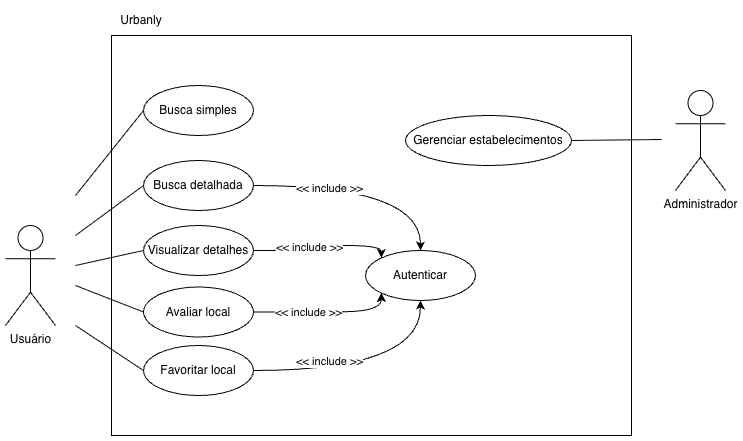
The draw.io diagram docs/diagramas/DiagramaCasoDeUso.drawio.png in tfg-urbanly-fatec-ipiranga/urbanly-docs, before a commit. Source tidied: cells renumbered, new cells last; positions are measured from the earlier drawing's top-left corner, leaving out a move shared by most shapes. Source of this version:
```xml
<mxGraphModel>
  <root>
    <mxCell id="0" />
    <mxCell id="1" parent="0" />
    <mxCell id="2" style="rounded=0;whiteSpace=wrap;html=1;" parent="1" vertex="1">
      <mxGeometry x="106" y="30" width="520" height="400" as="geometry" />
    </mxCell>
    <mxCell id="3" value="Usuário" style="shape=umlActor;verticalLabelPosition=bottom;verticalAlign=top;html=1;" parent="1" vertex="1">
      <mxGeometry y="220" width="50" height="100" as="geometry" />
    </mxCell>
    <mxCell id="4" style="endArrow=none;html=1;rounded=0;entryX=1;entryY=0.5;entryDx=0;entryDy=0;" parent="1" edge="1" target="5">
      <mxGeometry relative="1" as="geometry">
        <mxPoint x="656" y="134" as="sourcePoint" />
      </mxGeometry>
    </mxCell>
    <mxCell id="5" value="Gerenciar estabelecimentos" style="ellipse;whiteSpace=wrap;html=1;" parent="1" vertex="1">
      <mxGeometry x="400" y="110" width="166" height="50" as="geometry" />
    </mxCell>
    <mxCell id="6" style="endArrow=none;html=1;rounded=0;entryX=0;entryY=0.5;entryDx=0;entryDy=0;" parent="1" edge="1" target="9">
      <mxGeometry relative="1" as="geometry">
        <mxPoint x="70" y="230" as="sourcePoint" />
      </mxGeometry>
    </mxCell>
    <mxCell id="7" style="rounded=0;jettySize=auto;html=1;exitX=1;exitY=0.5;exitDx=0;exitDy=0;entryX=0.5;entryY=0;entryDx=0;entryDy=0;edgeStyle=orthogonalEdgeStyle;curved=1;" parent="1" edge="1" source="9" target="24">
      <mxGeometry relative="1" as="geometry" />
    </mxCell>
    <mxCell id="8" value="&amp;lt;&amp;lt; include &amp;gt;&amp;gt;" style="edgeLabel;html=1;align=center;verticalAlign=middle;" parent="7" vertex="1">
      <mxGeometry x="-0.35" y="-2" relative="1" as="geometry" />
    </mxCell>
    <mxCell id="9" value="Busca detalhada" style="ellipse;whiteSpace=wrap;html=1;" parent="1" vertex="1">
      <mxGeometry x="138" y="155" width="110" height="50" as="geometry" />
    </mxCell>
    <mxCell id="10" style="endArrow=none;html=1;rounded=0;entryX=0;entryY=0.5;entryDx=0;entryDy=0;" parent="1" edge="1" target="13">
      <mxGeometry relative="1" as="geometry">
        <mxPoint x="70" y="260" as="sourcePoint" />
      </mxGeometry>
    </mxCell>
    <mxCell id="11" style="rounded=0;jettySize=auto;html=1;entryX=0;entryY=0;entryDx=0;entryDy=0;edgeStyle=orthogonalEdgeStyle;curved=1;" parent="1" edge="1" source="13" target="24">
      <mxGeometry relative="1" as="geometry">
        <Array as="points">
          <mxPoint x="304" y="245" />
          <mxPoint x="304" y="240" />
          <mxPoint x="376" y="240" />
        </Array>
      </mxGeometry>
    </mxCell>
    <mxCell id="12" value="&amp;lt;&amp;lt; include &amp;gt;&amp;gt;" style="edgeLabel;html=1;align=center;verticalAlign=middle;" parent="11" vertex="1">
      <mxGeometry x="-0.17" y="1" relative="1" as="geometry" />
    </mxCell>
    <mxCell id="13" value="Visualizar detalhes" style="ellipse;whiteSpace=wrap;html=1;" parent="1" vertex="1">
      <mxGeometry x="138" y="220" width="110" height="50" as="geometry" />
    </mxCell>
    <mxCell id="14" style="endArrow=none;html=1;rounded=0;entryX=0;entryY=0.5;entryDx=0;entryDy=0;" parent="1" edge="1" target="17">
      <mxGeometry relative="1" as="geometry">
        <mxPoint x="70" y="280" as="sourcePoint" />
      </mxGeometry>
    </mxCell>
    <mxCell id="15" style="rounded=0;jettySize=auto;html=1;entryX=0;entryY=1;entryDx=0;entryDy=0;exitX=1;exitY=0.5;exitDx=0;exitDy=0;edgeStyle=orthogonalEdgeStyle;curved=1;" parent="1" edge="1" source="17" target="24">
      <mxGeometry relative="1" as="geometry">
        <Array as="points">
          <mxPoint x="299" y="306" />
          <mxPoint x="376" y="306" />
        </Array>
      </mxGeometry>
    </mxCell>
    <mxCell id="16" value="&amp;lt;&amp;lt; include &amp;gt;&amp;gt;" style="edgeLabel;html=1;align=center;verticalAlign=middle;" parent="15" vertex="1">
      <mxGeometry x="-0.34" y="3" relative="1" as="geometry">
        <mxPoint x="6" y="3" as="offset" />
      </mxGeometry>
    </mxCell>
    <mxCell id="17" value="Avaliar local" style="ellipse;whiteSpace=wrap;html=1;" parent="1" vertex="1">
      <mxGeometry x="138" y="281.5" width="110" height="50" as="geometry" />
    </mxCell>
    <mxCell id="18" style="endArrow=none;html=1;rounded=0;entryX=0;entryY=0.5;entryDx=0;entryDy=0;" parent="1" edge="1" target="21">
      <mxGeometry relative="1" as="geometry">
        <mxPoint x="70" y="320" as="sourcePoint" />
      </mxGeometry>
    </mxCell>
    <mxCell id="19" style="rounded=0;jettySize=auto;html=1;entryX=0.5;entryY=1;entryDx=0;entryDy=0;exitX=1;exitY=0.5;exitDx=0;exitDy=0;edgeStyle=orthogonalEdgeStyle;curved=1;" parent="1" edge="1" source="21" target="24">
      <mxGeometry relative="1" as="geometry" />
    </mxCell>
    <mxCell id="20" value="&amp;lt;&amp;lt; include &amp;gt;&amp;gt;" style="edgeLabel;html=1;align=center;verticalAlign=middle;" parent="19" vertex="1">
      <mxGeometry x="-0.36" y="10" relative="1" as="geometry" />
    </mxCell>
    <mxCell id="21" value="Favoritar local" style="ellipse;whiteSpace=wrap;html=1;" parent="1" vertex="1">
      <mxGeometry x="138" y="340" width="110" height="50" as="geometry" />
    </mxCell>
    <mxCell id="22" style="endArrow=none;html=1;rounded=0;entryX=0;entryY=0.5;entryDx=0;entryDy=0;" parent="1" edge="1" target="23">
      <mxGeometry relative="1" as="geometry">
        <mxPoint x="70" y="190" as="sourcePoint" />
      </mxGeometry>
    </mxCell>
    <mxCell id="23" value="Busca simples" style="ellipse;whiteSpace=wrap;html=1;" parent="1" vertex="1">
      <mxGeometry x="138" y="80" width="110" height="50" as="geometry" />
    </mxCell>
    <mxCell id="24" value="Autenticar" style="ellipse;whiteSpace=wrap;html=1;" parent="1" vertex="1">
      <mxGeometry x="360" y="245" width="110" height="50" as="geometry" />
    </mxCell>
    <mxCell id="25" value="Administrador" style="shape=umlActor;verticalLabelPosition=bottom;verticalAlign=top;html=1;" parent="1" vertex="1">
      <mxGeometry x="670" y="85" width="50" height="100" as="geometry" />
    </mxCell>
    <mxCell id="26" value="Urbanly" style="text;html=1;whiteSpace=wrap;strokeColor=none;fillColor=none;align=center;verticalAlign=middle;rounded=0;" parent="1" vertex="1">
      <mxGeometry x="106" width="60" height="30" as="geometry" />
    </mxCell>
  </root>
</mxGraphModel>
```
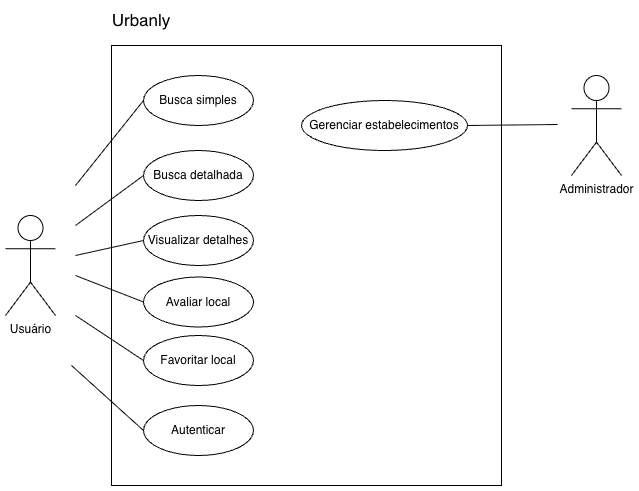
After the commit.

Commit message:
Substitui o diagrama de caso de uso  corrigindo erro de <<include>> errado

Change to the diagram source:
```diff
@@ -3,30 +3,24 @@
     <mxCell id="0" />
     <mxCell id="1" parent="0" />
     <mxCell id="2" style="rounded=0;whiteSpace=wrap;html=1;" parent="1" vertex="1">
-      <mxGeometry x="106" y="30" width="520" height="400" as="geometry" />
+      <mxGeometry x="106" y="50" width="390" height="440" as="geometry" />
     </mxCell>
     <mxCell id="3" value="Usuário" style="shape=umlActor;verticalLabelPosition=bottom;verticalAlign=top;html=1;" parent="1" vertex="1">
       <mxGeometry y="220" width="50" height="100" as="geometry" />
     </mxCell>
     <mxCell id="4" style="endArrow=none;html=1;rounded=0;entryX=1;entryY=0.5;entryDx=0;entryDy=0;" parent="1" edge="1" target="5">
       <mxGeometry relative="1" as="geometry">
-        <mxPoint x="656" y="134" as="sourcePoint" />
+        <mxPoint x="552" y="129" as="sourcePoint" />
       </mxGeometry>
     </mxCell>
     <mxCell id="5" value="Gerenciar estabelecimentos" style="ellipse;whiteSpace=wrap;html=1;" parent="1" vertex="1">
-      <mxGeometry x="400" y="110" width="166" height="50" as="geometry" />
+      <mxGeometry x="296" y="105" width="166" height="50" as="geometry" />
     </mxCell>
     <mxCell id="6" style="endArrow=none;html=1;rounded=0;entryX=0;entryY=0.5;entryDx=0;entryDy=0;" parent="1" edge="1" target="9">
       <mxGeometry relative="1" as="geometry">
         <mxPoint x="70" y="230" as="sourcePoint" />
       </mxGeometry>
     </mxCell>
-    <mxCell id="7" style="rounded=0;jettySize=auto;html=1;exitX=1;exitY=0.5;exitDx=0;exitDy=0;entryX=0.5;entryY=0;entryDx=0;entryDy=0;edgeStyle=orthogonalEdgeStyle;curved=1;" parent="1" edge="1" source="9" target="24">
-      <mxGeometry relative="1" as="geometry" />
-    </mxCell>
-    <mxCell id="8" value="&amp;lt;&amp;lt; include &amp;gt;&amp;gt;" style="edgeLabel;html=1;align=center;verticalAlign=middle;" parent="7" vertex="1">
-      <mxGeometry x="-0.35" y="-2" relative="1" as="geometry" />
-    </mxCell>
     <mxCell id="9" value="Busca detalhada" style="ellipse;whiteSpace=wrap;html=1;" parent="1" vertex="1">
       <mxGeometry x="138" y="155" width="110" height="50" as="geometry" />
     </mxCell>
@@ -35,18 +29,6 @@
         <mxPoint x="70" y="260" as="sourcePoint" />
       </mxGeometry>
     </mxCell>
-    <mxCell id="11" style="rounded=0;jettySize=auto;html=1;entryX=0;entryY=0;entryDx=0;entryDy=0;edgeStyle=orthogonalEdgeStyle;curved=1;" parent="1" edge="1" source="13" target="24">
-      <mxGeometry relative="1" as="geometry">
-        <Array as="points">
-          <mxPoint x="304" y="245" />
-          <mxPoint x="304" y="240" />
-          <mxPoint x="376" y="240" />
-        </Array>
-      </mxGeometry>
-    </mxCell>
-    <mxCell id="12" value="&amp;lt;&amp;lt; include &amp;gt;&amp;gt;" style="edgeLabel;html=1;align=center;verticalAlign=middle;" parent="11" vertex="1">
-      <mxGeometry x="-0.17" y="1" relative="1" as="geometry" />
-    </mxCell>
     <mxCell id="13" value="Visualizar detalhes" style="ellipse;whiteSpace=wrap;html=1;" parent="1" vertex="1">
       <mxGeometry x="138" y="220" width="110" height="50" as="geometry" />
     </mxCell>
@@ -55,19 +37,6 @@
         <mxPoint x="70" y="280" as="sourcePoint" />
       </mxGeometry>
     </mxCell>
-    <mxCell id="15" style="rounded=0;jettySize=auto;html=1;entryX=0;entryY=1;entryDx=0;entryDy=0;exitX=1;exitY=0.5;exitDx=0;exitDy=0;edgeStyle=orthogonalEdgeStyle;curved=1;" parent="1" edge="1" source="17" target="24">
-      <mxGeometry relative="1" as="geometry">
-        <Array as="points">
-          <mxPoint x="299" y="306" />
-          <mxPoint x="376" y="306" />
-        </Array>
-      </mxGeometry>
-    </mxCell>
-    <mxCell id="16" value="&amp;lt;&amp;lt; include &amp;gt;&amp;gt;" style="edgeLabel;html=1;align=center;verticalAlign=middle;" parent="15" vertex="1">
-      <mxGeometry x="-0.34" y="3" relative="1" as="geometry">
-        <mxPoint x="6" y="3" as="offset" />
-      </mxGeometry>
-    </mxCell>
     <mxCell id="17" value="Avaliar local" style="ellipse;whiteSpace=wrap;html=1;" parent="1" vertex="1">
       <mxGeometry x="138" y="281.5" width="110" height="50" as="geometry" />
     </mxCell>
@@ -76,12 +45,11 @@
         <mxPoint x="70" y="320" as="sourcePoint" />
       </mxGeometry>
     </mxCell>
-    <mxCell id="19" style="rounded=0;jettySize=auto;html=1;entryX=0.5;entryY=1;entryDx=0;entryDy=0;exitX=1;exitY=0.5;exitDx=0;exitDy=0;edgeStyle=orthogonalEdgeStyle;curved=1;" parent="1" edge="1" source="21" target="24">
-      <mxGeometry relative="1" as="geometry" />
+    <mxCell id="19" style="rounded=0;jettySize=auto;html=1;entryX=0;entryY=0.5;entryDx=0;entryDy=0;endArrow=none;endFill=0;" parent="1" edge="1" target="24">
+      <mxGeometry relative="1" as="geometry">
+        <mxPoint x="66" y="370" as="sourcePoint" />
+      </mxGeometry>
     </mxCell>
-    <mxCell id="20" value="&amp;lt;&amp;lt; include &amp;gt;&amp;gt;" style="edgeLabel;html=1;align=center;verticalAlign=middle;" parent="19" vertex="1">
-      <mxGeometry x="-0.36" y="10" relative="1" as="geometry" />
-    </mxCell>
     <mxCell id="21" value="Favoritar local" style="ellipse;whiteSpace=wrap;html=1;" parent="1" vertex="1">
       <mxGeometry x="138" y="340" width="110" height="50" as="geometry" />
     </mxCell>
@@ -94,13 +62,13 @@
       <mxGeometry x="138" y="80" width="110" height="50" as="geometry" />
     </mxCell>
     <mxCell id="24" value="Autenticar" style="ellipse;whiteSpace=wrap;html=1;" parent="1" vertex="1">
-      <mxGeometry x="360" y="245" width="110" height="50" as="geometry" />
+      <mxGeometry x="138" y="410" width="110" height="50" as="geometry" />
     </mxCell>
     <mxCell id="25" value="Administrador" style="shape=umlActor;verticalLabelPosition=bottom;verticalAlign=top;html=1;" parent="1" vertex="1">
-      <mxGeometry x="670" y="85" width="50" height="100" as="geometry" />
+      <mxGeometry x="566" y="80" width="50" height="100" as="geometry" />
     </mxCell>
-    <mxCell id="26" value="Urbanly" style="text;html=1;whiteSpace=wrap;strokeColor=none;fillColor=none;align=center;verticalAlign=middle;rounded=0;" parent="1" vertex="1">
-      <mxGeometry x="106" width="60" height="30" as="geometry" />
+    <mxCell id="26" value="Urbanly" style="text;html=1;whiteSpace=wrap;strokeColor=none;fillColor=none;align=center;verticalAlign=middle;rounded=0;fontSize=17;" parent="1" vertex="1">
+      <mxGeometry x="106" y="10" width="60" height="30" as="geometry" />
     </mxCell>
   </root>
 </mxGraphModel>
```
